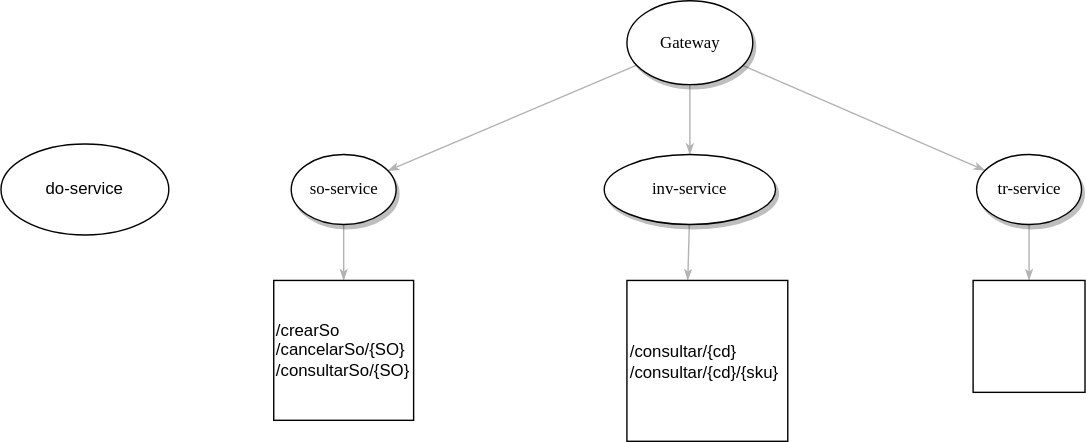
erick12357/pruebaRest keeps this draw.io diagram as Untitled Diagram.svg. Above is the earlier version. Source tidied: cells renumbered, new cells last; positions are measured from the earlier drawing's top-left corner, leaving out a move shared by most shapes.
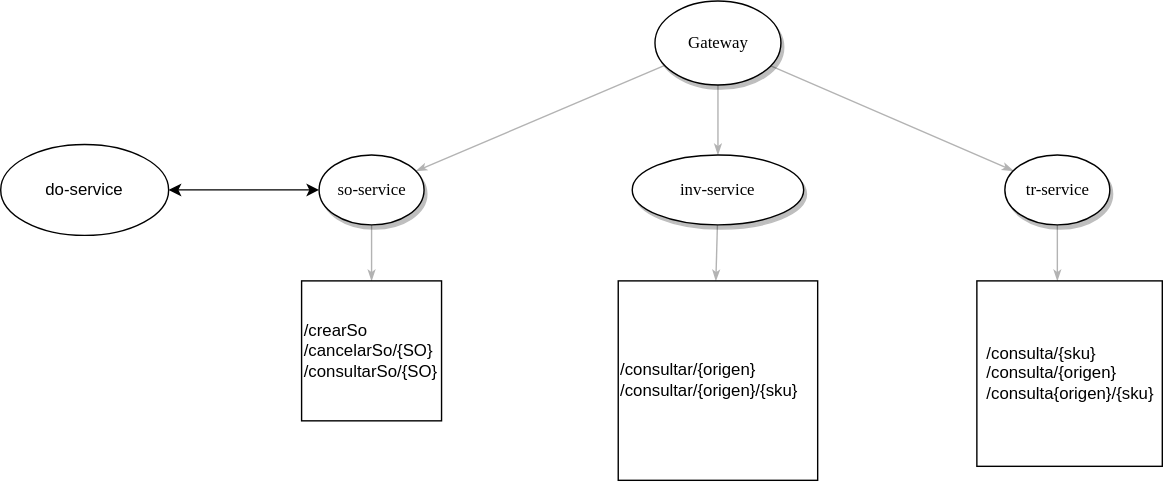
Later version of the same file.

The edit, as a diff of the source:
```diff
@@ -41,14 +41,17 @@
     <mxCell id="12" value="/crearSo&lt;br&gt;/cancelarSo/{SO}&lt;br&gt;/consultarSo/{SO}" style="whiteSpace=wrap;html=1;align=left;" parent="1" vertex="1">
       <mxGeometry x="195" y="200" width="100" height="100" as="geometry" />
     </mxCell>
-    <mxCell id="13" value="/consultar/{cd}&lt;br&gt;/consultar/{cd}/{sku}" style="whiteSpace=wrap;html=1;align=left;" parent="1" vertex="1">
-      <mxGeometry x="447.5" y="200" width="115" height="115" as="geometry" />
+    <mxCell id="13" value="/consultar/{origen}&lt;br&gt;/consultar/{origen}/{sku}" style="whiteSpace=wrap;html=1;align=left;" parent="1" vertex="1">
+      <mxGeometry x="421.2" y="200" width="142.5" height="142.5" as="geometry" />
     </mxCell>
     <mxCell id="14" value="do-service" style="ellipse;whiteSpace=wrap;html=1;" parent="1" vertex="1">
-      <mxGeometry y="102.5" width="120" height="65" as="geometry" />
+      <mxGeometry x="-20" y="102.5" width="120" height="65" as="geometry" />
     </mxCell>
-    <mxCell id="15" style="whiteSpace=wrap;html=1;" parent="1" vertex="1">
-      <mxGeometry x="695" y="200" width="80" height="80" as="geometry" />
+    <mxCell id="15" value="&lt;div style=&quot;text-align: left&quot;&gt;&lt;span&gt;/consulta/{sku}&lt;/span&gt;&lt;/div&gt;&lt;div style=&quot;text-align: left&quot;&gt;&lt;span&gt;/consulta/{origen}&lt;/span&gt;&lt;/div&gt;&lt;div style=&quot;text-align: left&quot;&gt;&lt;span&gt;/consulta{origen}/{sku}&lt;/span&gt;&lt;/div&gt;" style="whiteSpace=wrap;html=1;" parent="1" vertex="1">
+      <mxGeometry x="677.5" y="200" width="132.5" height="132.5" as="geometry" />
     </mxCell>
+    <mxCell id="16" style="endArrow=classic;startArrow=classic;html=1;entryX=0;entryY=0.5;entryDx=0;entryDy=0;exitX=1;exitY=0.5;exitDx=0;exitDy=0;" parent="1" edge="1" source="14" target="11">
+      <mxGeometry relative="1" as="geometry" />
+    </mxCell>
   </root>
 </mxGraphModel>
```
